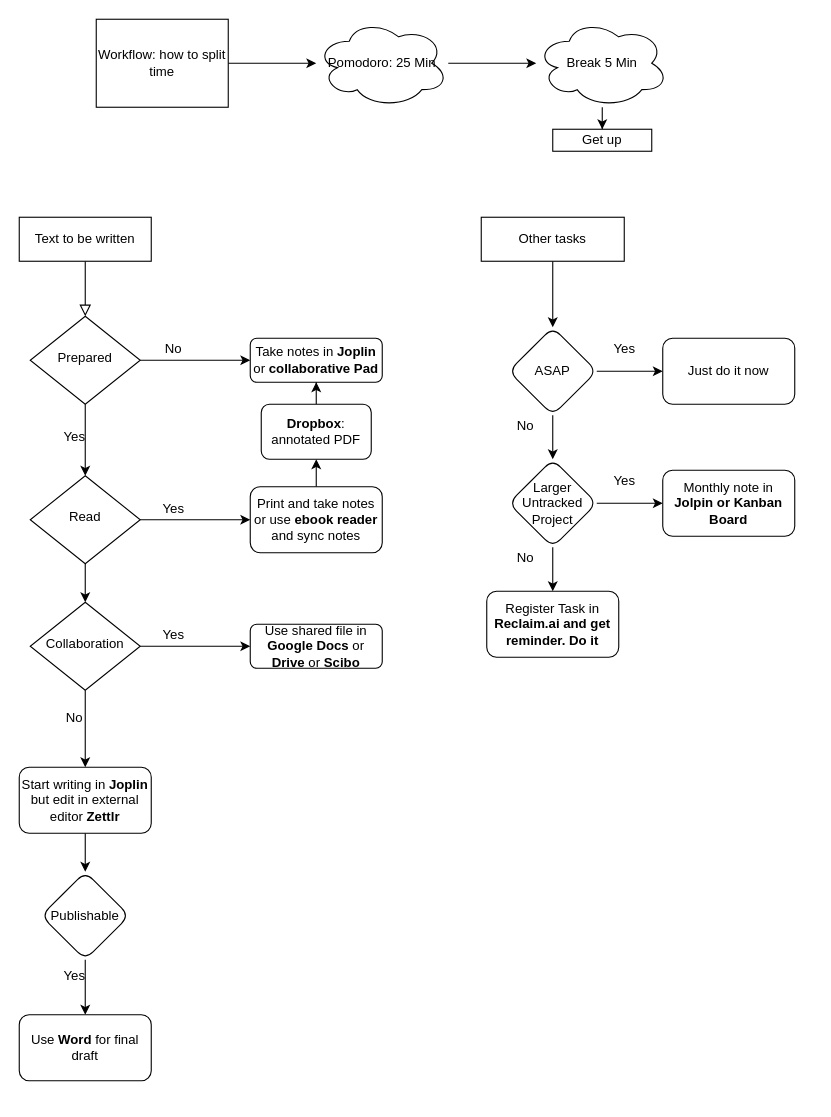
This is Unbenanntes Diagramm.drawio from LaserStefan/academic-data-driven-cv, a draw.io file, before an edit. Source tidied: cells renumbered, new cells numbered last; positions are measured from the earlier drawing's top-left corner, leaving out a move shared by most shapes. Both pictures are drawn from the tidied source at 110%, with x=0, y=0 at pixel (19, 19).
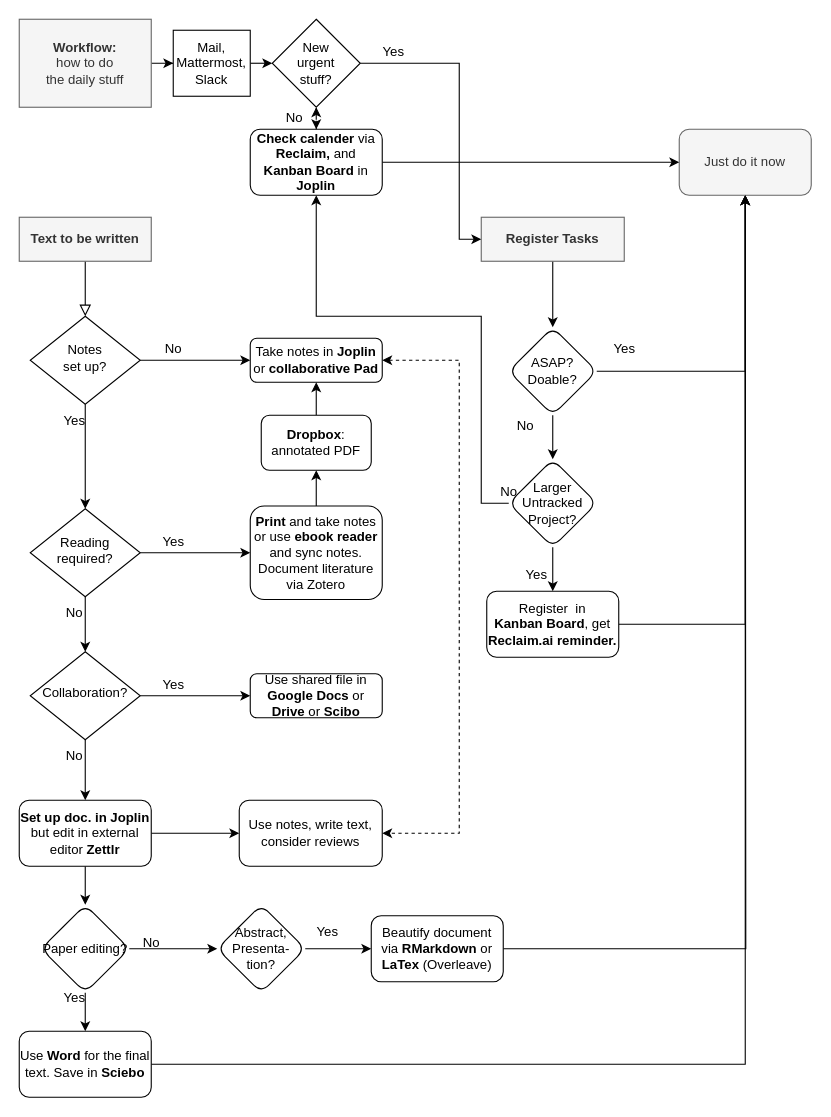
Above is the later version.

The change refers to these unchanged cells:
```xml
<mxCell id="7" value="Take notes in &lt;b&gt;Joplin &lt;/b&gt;or&lt;b&gt; collaborative Pad&lt;br&gt;&lt;/b&gt;" style="rounded=1;whiteSpace=wrap;html=1;fontSize=12;glass=0;strokeWidth=1;shadow=0;" parent="1" vertex="1">
  <mxGeometry x="210" y="290" width="120" height="40" as="geometry" />
</mxCell>
```

What changed in the source:
```diff
@@
-    <mxCell id="3" value="Text to be written" style="rounded=0;whiteSpace=wrap;html=1;fontSize=12;glass=0;strokeWidth=1;shadow=0;" parent="1" vertex="1">
+    <mxCell id="3" value="&lt;b&gt;Text to be written&lt;/b&gt;" style="rounded=0;whiteSpace=wrap;html=1;fontSize=12;glass=0;strokeWidth=1;shadow=0;fillColor=#f5f5f5;fontColor=#333333;strokeColor=#666666;" parent="1" vertex="1">
       <mxGeometry y="180" width="120" height="40" as="geometry" />
     </mxCell>
-    <mxCell id="4" style="edgeStyle=orthogonalEdgeStyle;rounded=0;jettySize=auto;html=1;" parent="1" edge="1" source="6" target="42">
+    <mxCell id="4" style="edgeStyle=orthogonalEdgeStyle;rounded=0;jettySize=auto;html=1;exitX=0.5;exitY=1;exitDx=0;exitDy=0;" parent="1" edge="1" source="6" target="42">
       <mxGeometry relative="1" as="geometry" />
     </mxCell>
@@
-    <mxCell id="6" value="Prepared" style="rhombus;whiteSpace=wrap;html=1;shadow=0;fontFamily=Helvetica;fontSize=12;align=center;strokeWidth=1;spacing=6;spacingTop=-4;" parent="1" vertex="1">
+    <mxCell id="6" value="Notes &lt;br&gt;set up?" style="rhombus;whiteSpace=wrap;html=1;shadow=0;fontFamily=Helvetica;fontSize=12;align=center;strokeWidth=1;spacing=6;spacingTop=-4;" parent="1" vertex="1">
       <mxGeometry x="10" y="270" width="100" height="80" as="geometry" />
     </mxCell>
+    <mxCell id="52" style="edgeStyle=orthogonalEdgeStyle;rounded=0;jettySize=auto;html=1;entryX=1;entryY=0.5;entryDx=0;entryDy=0;dashed=1;startArrow=classic;startFill=1;" parent="1" edge="1" source="7" target="66">
+      <mxGeometry relative="1" as="geometry">
+        <Array as="points">
+          <mxPoint x="400" y="310" />
+          <mxPoint x="400" y="740" />
+        </Array>
+      </mxGeometry>
+    </mxCell>
@@
-    <mxCell id="8" style="edgeStyle=orthogonalEdgeStyle;rounded=0;jettySize=auto;html=1;" parent="1" edge="1" source="10" target="11">
-      <mxGeometry relative="1" as="geometry" />
+    <mxCell id="8" style="edgeStyle=orthogonalEdgeStyle;rounded=0;jettySize=auto;html=1;" parent="1" edge="1" source="10">
+      <mxGeometry relative="1" as="geometry">
+        <mxPoint x="210" y="615" as="targetPoint" />
+      </mxGeometry>
     </mxCell>
@@
-    <mxCell id="10" value="Collaboration" style="rhombus;whiteSpace=wrap;html=1;shadow=0;fontFamily=Helvetica;fontSize=12;align=center;strokeWidth=1;spacing=6;spacingTop=-4;" parent="1" vertex="1">
-      <mxGeometry x="10" y="530" width="100" height="80" as="geometry" />
+    <mxCell id="10" value="Collaboration?" style="rhombus;whiteSpace=wrap;html=1;shadow=0;fontFamily=Helvetica;fontSize=12;align=center;strokeWidth=1;spacing=6;spacingTop=-4;" parent="1" vertex="1">
+      <mxGeometry x="10" y="575" width="100" height="80" as="geometry" />
     </mxCell>
     <mxCell id="11" value="Use shared file in &lt;b&gt;Google Docs&lt;/b&gt; or &lt;b&gt;Drive&lt;/b&gt; or &lt;b&gt;Scibo&lt;/b&gt;" style="rounded=1;whiteSpace=wrap;html=1;fontSize=12;glass=0;strokeWidth=1;shadow=0;" parent="1" vertex="1">
-      <mxGeometry x="210" y="550" width="120" height="40" as="geometry" />
+      <mxGeometry x="210" y="595" width="120" height="40" as="geometry" />
     </mxCell>
@@
+    <mxCell id="53" style="edgeStyle=orthogonalEdgeStyle;rounded=0;jettySize=auto;html=1;" parent="1" edge="1" source="13" target="66">
+      <mxGeometry relative="1" as="geometry" />
+    </mxCell>
-    <mxCell id="13" value="Start writing in &lt;b&gt;Joplin &lt;/b&gt;but edit in external editor &lt;b&gt;Zettlr&lt;/b&gt;" style="whiteSpace=wrap;html=1;rounded=1;glass=0;strokeWidth=1;shadow=0;" parent="1" vertex="1">
-      <mxGeometry y="680" width="120" height="60" as="geometry" />
+    <mxCell id="13" value="&lt;b&gt;Set up doc. in Joplin &lt;/b&gt;but edit in external editor &lt;b&gt;Zettlr&lt;br&gt;&lt;/b&gt;" style="whiteSpace=wrap;html=1;rounded=1;glass=0;strokeWidth=1;shadow=0;" parent="1" vertex="1">
+      <mxGeometry y="710" width="120" height="60" as="geometry" />
     </mxCell>
-    <mxCell id="14" style="edgeStyle=orthogonalEdgeStyle;rounded=0;jettySize=auto;html=1;" parent="1" edge="1" source="15" target="16">
+    <mxCell id="14" style="edgeStyle=orthogonalEdgeStyle;rounded=0;jettySize=auto;html=1;entryX=0.5;entryY=0;entryDx=0;entryDy=0;" parent="1" edge="1" source="15" target="16">
       <mxGeometry relative="1" as="geometry" />
     </mxCell>
+    <mxCell id="54" style="edgeStyle=orthogonalEdgeStyle;rounded=0;jettySize=auto;html=1;" parent="1" edge="1" source="15" target="60">
+      <mxGeometry relative="1" as="geometry" />
+    </mxCell>
-    <mxCell id="15" value="Publishable" style="rhombus;whiteSpace=wrap;html=1;rounded=1;glass=0;strokeWidth=1;shadow=0;" parent="1" vertex="1">
-      <mxGeometry x="20" y="775" width="80" height="80" as="geometry" />
+    <mxCell id="15" value="Paper editing?" style="rhombus;whiteSpace=wrap;html=1;rounded=1;glass=0;strokeWidth=1;shadow=0;" parent="1" vertex="1">
+      <mxGeometry x="20" y="805" width="80" height="80" as="geometry" />
     </mxCell>
+    <mxCell id="55" style="edgeStyle=orthogonalEdgeStyle;rounded=0;jettySize=auto;html=1;exitX=1;exitY=0.5;exitDx=0;exitDy=0;entryX=0.5;entryY=1;entryDx=0;entryDy=0;startArrow=none;startFill=0;" parent="1" edge="1" source="16" target="22">
+      <mxGeometry relative="1" as="geometry" />
+    </mxCell>
-    <mxCell id="16" value="Use &lt;b&gt;Word &lt;/b&gt;for final draft" style="whiteSpace=wrap;html=1;rounded=1;glass=0;strokeWidth=1;shadow=0;" parent="1" vertex="1">
-      <mxGeometry y="905" width="120" height="60" as="geometry" />
+    <mxCell id="16" value="Use &lt;b&gt;Word &lt;/b&gt;for the final text. Save in &lt;b&gt;Sciebo&lt;/b&gt;" style="whiteSpace=wrap;html=1;rounded=1;glass=0;strokeWidth=1;shadow=0;" parent="1" vertex="1">
+      <mxGeometry y="920" width="120" height="60" as="geometry" />
     </mxCell>
@@
-    <mxCell id="18" value="Other tasks" style="rounded=0;whiteSpace=wrap;html=1;" parent="1" vertex="1">
+    <mxCell id="18" value="&lt;b&gt;Register Tasks&lt;/b&gt;" style="rounded=0;whiteSpace=wrap;html=1;fillColor=#f5f5f5;fontColor=#333333;strokeColor=#666666;" parent="1" vertex="1">
       <mxGeometry x="420" y="180" width="130" height="40" as="geometry" />
     </mxCell>
@@
-    <mxCell id="21" value="ASAP" style="rhombus;whiteSpace=wrap;html=1;rounded=1;" parent="1" vertex="1">
+    <mxCell id="21" value="ASAP? Doable?" style="rhombus;whiteSpace=wrap;html=1;rounded=1;" parent="1" vertex="1">
       <mxGeometry x="445" y="280" width="80" height="80" as="geometry" />
     </mxCell>
-    <mxCell id="22" value="Just do it now" style="whiteSpace=wrap;html=1;rounded=1;" parent="1" vertex="1">
-      <mxGeometry x="585" y="290" width="120" height="60" as="geometry" />
+    <mxCell id="22" value="Just do it now" style="whiteSpace=wrap;html=1;rounded=1;fillColor=#f5f5f5;fontColor=#333333;strokeColor=#666666;" parent="1" vertex="1">
+      <mxGeometry x="600" y="100" width="120" height="60" as="geometry" />
     </mxCell>
@@
     <mxCell id="24" style="edgeStyle=orthogonalEdgeStyle;rounded=0;jettySize=auto;html=1;" parent="1" edge="1" source="26" target="28">
-      <mxGeometry relative="1" as="geometry" />
+      <mxGeometry relative="1" as="geometry">
+        <Array as="points">
+          <mxPoint x="420" y="440" />
+          <mxPoint x="420" y="270" />
+          <mxPoint x="270" y="270" />
+        </Array>
+      </mxGeometry>
     </mxCell>
@@
-    <mxCell id="26" value="Larger Untracked Project" style="rhombus;whiteSpace=wrap;html=1;rounded=1;" parent="1" vertex="1">
+    <mxCell id="26" value="Larger Untracked Project?" style="rhombus;whiteSpace=wrap;html=1;rounded=1;" parent="1" vertex="1">
       <mxGeometry x="445" y="400" width="80" height="80" as="geometry" />
     </mxCell>
@@
+    <mxCell id="56" style="edgeStyle=orthogonalEdgeStyle;rounded=0;jettySize=auto;html=1;exitX=1;exitY=0.5;exitDx=0;exitDy=0;entryX=0;entryY=0.5;entryDx=0;entryDy=0;startArrow=none;startFill=0;" parent="1" edge="1" source="28" target="22">
+      <mxGeometry relative="1" as="geometry" />
+    </mxCell>
-    <mxCell id="28" value="Monthly note in &lt;b&gt;Jolpin or Kanban Board&lt;br&gt;&lt;/b&gt;" style="whiteSpace=wrap;html=1;rounded=1;" parent="1" vertex="1">
-      <mxGeometry x="585" y="410" width="120" height="60" as="geometry" />
+    <mxCell id="28" value="&lt;b&gt;Check calender &lt;/b&gt;via&lt;b&gt; Reclaim, &lt;/b&gt;and &lt;b&gt;Kanban Board&lt;/b&gt; in &lt;b&gt;Joplin&lt;/b&gt;" style="whiteSpace=wrap;html=1;rounded=1;" parent="1" vertex="1">
+      <mxGeometry x="210" y="100" width="120" height="60" as="geometry" />
     </mxCell>
     <mxCell id="29" value="Yes" style="text;html=1;align=center;verticalAlign=middle;strokeColor=none;fillColor=none;" parent="1" vertex="1">
-      <mxGeometry x="530" y="405" width="40" height="30" as="geometry" />
+      <mxGeometry x="450" y="490" width="40" height="30" as="geometry" />
     </mxCell>
+    <mxCell id="57" style="edgeStyle=orthogonalEdgeStyle;rounded=0;jettySize=auto;html=1;exitX=1;exitY=0.5;exitDx=0;exitDy=0;entryX=0.5;entryY=1;entryDx=0;entryDy=0;startArrow=none;startFill=0;" parent="1" edge="1" source="30" target="22">
+      <mxGeometry relative="1" as="geometry" />
+    </mxCell>
-    <mxCell id="30" value="Register Task in &lt;b&gt;Reclaim.ai and get reminder. Do it&lt;br&gt;&lt;/b&gt;" style="whiteSpace=wrap;html=1;rounded=1;" parent="1" vertex="1">
+    <mxCell id="30" value="Register&amp;nbsp; in &lt;b&gt;&lt;br&gt;Kanban Board&lt;/b&gt;, get &lt;b&gt;Reclaim.ai reminder.&lt;br&gt;&lt;/b&gt;" style="whiteSpace=wrap;html=1;rounded=1;" parent="1" vertex="1">
       <mxGeometry x="425" y="520" width="120" height="60" as="geometry" />
     </mxCell>
     <mxCell id="31" value="No" style="text;html=1;align=center;verticalAlign=middle;strokeColor=none;fillColor=none;" parent="1" vertex="1">
-      <mxGeometry x="440" y="475" width="40" height="30" as="geometry" />
+      <mxGeometry x="425" y="415" width="40" height="30" as="geometry" />
     </mxCell>
-    <mxCell id="32" style="edgeStyle=orthogonalEdgeStyle;rounded=0;jettySize=auto;html=1;" parent="1" edge="1" source="33" target="35">
-      <mxGeometry relative="1" as="geometry" />
-    </mxCell>
+    <mxCell id="58" style="edgeStyle=orthogonalEdgeStyle;rounded=0;jettySize=auto;html=1;startArrow=none;startFill=0;" parent="1" edge="1" source="33" target="72">
+      <mxGeometry relative="1" as="geometry" />
+    </mxCell>
-    <mxCell id="33" value="Workflow: how to split time" style="rounded=0;whiteSpace=wrap;html=1;fontSize=12;glass=0;strokeWidth=1;shadow=0;" parent="1" vertex="1">
-      <mxGeometry x="70" width="120" height="80" as="geometry" />
+    <mxCell id="33" value="&lt;b&gt;Workflow:&lt;/b&gt; &lt;br&gt;how to do &lt;br&gt;the daily stuff" style="rounded=0;whiteSpace=wrap;html=1;fontSize=12;glass=0;strokeWidth=1;shadow=0;fillColor=#f5f5f5;fontColor=#333333;strokeColor=#666666;" parent="1" vertex="1">
+      <mxGeometry width="120" height="80" as="geometry" />
     </mxCell>
-    <mxCell id="34" style="edgeStyle=orthogonalEdgeStyle;rounded=0;jettySize=auto;html=1;" parent="1" edge="1" source="35" target="37">
-      <mxGeometry relative="1" as="geometry" />
-    </mxCell>
-    <mxCell id="35" value="Pomodoro: 25 Min" style="ellipse;shape=cloud;whiteSpace=wrap;html=1;" parent="1" vertex="1">
-      <mxGeometry x="270" width="120" height="80" as="geometry" />
-    </mxCell>
-    <mxCell id="36" style="edgeStyle=orthogonalEdgeStyle;rounded=0;jettySize=auto;html=1;" parent="1" edge="1" source="37" target="45">
-      <mxGeometry relative="1" as="geometry" />
-    </mxCell>
-    <mxCell id="37" value="Break 5 Min" style="ellipse;shape=cloud;whiteSpace=wrap;html=1;" parent="1" vertex="1">
-      <mxGeometry x="470" width="120" height="80" as="geometry" />
-    </mxCell>
@@
-    <mxCell id="39" value="Print and take notes or use &lt;b&gt;ebook reader&lt;/b&gt; and sync notes" style="rounded=1;whiteSpace=wrap;html=1;glass=0;strokeWidth=1;shadow=0;" parent="1" vertex="1">
-      <mxGeometry x="210" y="425" width="120" height="60" as="geometry" />
+    <mxCell id="39" value="&lt;b&gt;Print &lt;/b&gt;and take notes or use &lt;b&gt;ebook reader&lt;/b&gt; and sync notes. Document literature via Zotero" style="rounded=1;whiteSpace=wrap;html=1;glass=0;strokeWidth=1;shadow=0;" parent="1" vertex="1">
+      <mxGeometry x="210" y="442.5" width="120" height="85" as="geometry" />
     </mxCell>
@@
-    <mxCell id="42" value="Read" style="rhombus;whiteSpace=wrap;html=1;shadow=0;fontFamily=Helvetica;fontSize=12;align=center;strokeWidth=1;spacing=6;spacingTop=-4;" parent="1" vertex="1">
-      <mxGeometry x="10" y="415" width="100" height="80" as="geometry" />
+    <mxCell id="42" value="Reading required?" style="rhombus;whiteSpace=wrap;html=1;shadow=0;fontFamily=Helvetica;fontSize=12;align=center;strokeWidth=1;spacing=6;spacingTop=-4;" parent="1" vertex="1">
+      <mxGeometry x="10" y="445" width="100" height="80" as="geometry" />
     </mxCell>
@@
     <mxCell id="44" value="&lt;b&gt;Dropbox&lt;/b&gt;: annotated PDF" style="whiteSpace=wrap;html=1;rounded=1;glass=0;strokeWidth=1;shadow=0;" parent="1" vertex="1">
-      <mxGeometry x="220" y="350" width="100" height="50" as="geometry" />
+      <mxGeometry x="220" y="360" width="100" height="50" as="geometry" />
     </mxCell>
-    <mxCell id="45" value="Get up" style="whiteSpace=wrap;html=1;" parent="1" vertex="1">
-      <mxGeometry x="485" y="100" width="90" height="20" as="geometry" />
-    </mxCell>
     <mxCell id="46" value="Yes" style="text;html=1;align=center;verticalAlign=middle;strokeColor=none;fillColor=none;" parent="1" vertex="1">
-      <mxGeometry x="120" y="430" width="40" height="30" as="geometry" />
+      <mxGeometry x="120" y="460" width="40" height="30" as="geometry" />
     </mxCell>
     <mxCell id="47" value="Yes" style="text;html=1;align=center;verticalAlign=middle;strokeColor=none;fillColor=none;" parent="1" vertex="1">
-      <mxGeometry x="30" y="365" width="40" height="30" as="geometry" />
+      <mxGeometry x="30" y="350" width="40" height="30" as="geometry" />
     </mxCell>
     <mxCell id="48" value="Yes" style="text;html=1;align=center;verticalAlign=middle;strokeColor=none;fillColor=none;" parent="1" vertex="1">
-      <mxGeometry x="30" y="855" width="40" height="30" as="geometry" />
+      <mxGeometry x="30" y="875" width="40" height="30" as="geometry" />
     </mxCell>
     <mxCell id="49" value="Yes" style="text;html=1;align=center;verticalAlign=middle;strokeColor=none;fillColor=none;" parent="1" vertex="1">
-      <mxGeometry x="120" y="545" width="40" height="30" as="geometry" />
+      <mxGeometry x="120" y="590" width="40" height="30" as="geometry" />
     </mxCell>
     <mxCell id="50" value="No" style="text;html=1;align=center;verticalAlign=middle;strokeColor=none;fillColor=none;" parent="1" vertex="1">
-      <mxGeometry x="30" y="620" width="40" height="30" as="geometry" />
+      <mxGeometry x="30" y="655" width="40" height="30" as="geometry" />
     </mxCell>
@@
+    <mxCell id="59" style="edgeStyle=orthogonalEdgeStyle;rounded=0;jettySize=auto;html=1;" parent="1" edge="1" source="60" target="63">
+      <mxGeometry relative="1" as="geometry" />
+    </mxCell>
+    <mxCell id="60" value="Abstract, Presenta-tion?" style="rhombus;whiteSpace=wrap;html=1;rounded=1;glass=0;strokeWidth=1;shadow=0;" parent="1" vertex="1">
+      <mxGeometry x="180" y="805" width="80" height="80" as="geometry" />
+    </mxCell>
+    <mxCell id="61" value="No" style="text;html=1;align=center;verticalAlign=middle;strokeColor=none;fillColor=none;" parent="1" vertex="1">
+      <mxGeometry x="100" y="825" width="40" height="30" as="geometry" />
+    </mxCell>
+    <mxCell id="62" style="edgeStyle=orthogonalEdgeStyle;rounded=0;jettySize=auto;html=1;" parent="1" edge="1" source="63">
+      <mxGeometry relative="1" as="geometry">
+        <mxPoint x="660" y="160" as="targetPoint" />
+      </mxGeometry>
+    </mxCell>
+    <mxCell id="63" value="Beautify document via &lt;b&gt;RMarkdown &lt;/b&gt;or &lt;b&gt;LaTex &lt;/b&gt;(Overleave)" style="whiteSpace=wrap;html=1;rounded=1;glass=0;strokeWidth=1;shadow=0;" parent="1" vertex="1">
+      <mxGeometry x="320" y="815" width="120" height="60" as="geometry" />
+    </mxCell>
+    <mxCell id="64" value="Yes" style="text;html=1;align=center;verticalAlign=middle;strokeColor=none;fillColor=none;" parent="1" vertex="1">
+      <mxGeometry x="260" y="815" width="40" height="30" as="geometry" />
+    </mxCell>
+    <mxCell id="65" value="No" style="text;html=1;align=center;verticalAlign=middle;strokeColor=none;fillColor=none;" parent="1" vertex="1">
+      <mxGeometry x="30" y="525" width="40" height="30" as="geometry" />
+    </mxCell>
+    <mxCell id="66" value="Use notes, write text, consider reviews" style="whiteSpace=wrap;html=1;rounded=1;glass=0;strokeWidth=1;shadow=0;" parent="1" vertex="1">
+      <mxGeometry x="200" y="710" width="130" height="60" as="geometry" />
+    </mxCell>
+    <mxCell id="67" style="edgeStyle=orthogonalEdgeStyle;rounded=0;jettySize=auto;html=1;dashed=1;startArrow=classic;startFill=1;" parent="1" edge="1" source="69" target="28">
+      <mxGeometry relative="1" as="geometry" />
+    </mxCell>
+    <mxCell id="68" style="edgeStyle=orthogonalEdgeStyle;rounded=0;jettySize=auto;html=1;exitX=1;exitY=0.5;exitDx=0;exitDy=0;entryX=0;entryY=0.5;entryDx=0;entryDy=0;startArrow=none;startFill=0;" parent="1" edge="1" source="69" target="18">
+      <mxGeometry relative="1" as="geometry">
+        <Array as="points">
+          <mxPoint x="310" y="40" />
+          <mxPoint x="400" y="40" />
+          <mxPoint x="400" y="200" />
+        </Array>
+      </mxGeometry>
+    </mxCell>
+    <mxCell id="69" value="New &lt;br&gt;urgent&lt;br&gt; stuff?" style="rhombus;whiteSpace=wrap;html=1;rounded=0;glass=0;strokeWidth=1;shadow=0;" parent="1" vertex="1">
+      <mxGeometry x="230" width="80" height="80" as="geometry" />
+    </mxCell>
+    <mxCell id="70" value="No" style="text;html=1;align=center;verticalAlign=middle;strokeColor=none;fillColor=none;" parent="1" vertex="1">
+      <mxGeometry x="230" y="75" width="40" height="30" as="geometry" />
+    </mxCell>
+    <mxCell id="71" style="edgeStyle=orthogonalEdgeStyle;rounded=0;jettySize=auto;html=1;exitX=1;exitY=0.5;exitDx=0;exitDy=0;entryX=0;entryY=0.5;entryDx=0;entryDy=0;startArrow=none;startFill=0;" parent="1" edge="1" source="72" target="69">
+      <mxGeometry relative="1" as="geometry" />
+    </mxCell>
+    <mxCell id="72" value="Mail, Mattermost, Slack" style="whiteSpace=wrap;html=1;rounded=0;glass=0;strokeWidth=1;shadow=0;" parent="1" vertex="1">
+      <mxGeometry x="140" y="10" width="70" height="60" as="geometry" />
+    </mxCell>
+    <mxCell id="73" value="Yes" style="text;html=1;align=center;verticalAlign=middle;strokeColor=none;fillColor=none;" parent="1" vertex="1">
+      <mxGeometry x="320" y="15" width="40" height="30" as="geometry" />
+    </mxCell>
```
